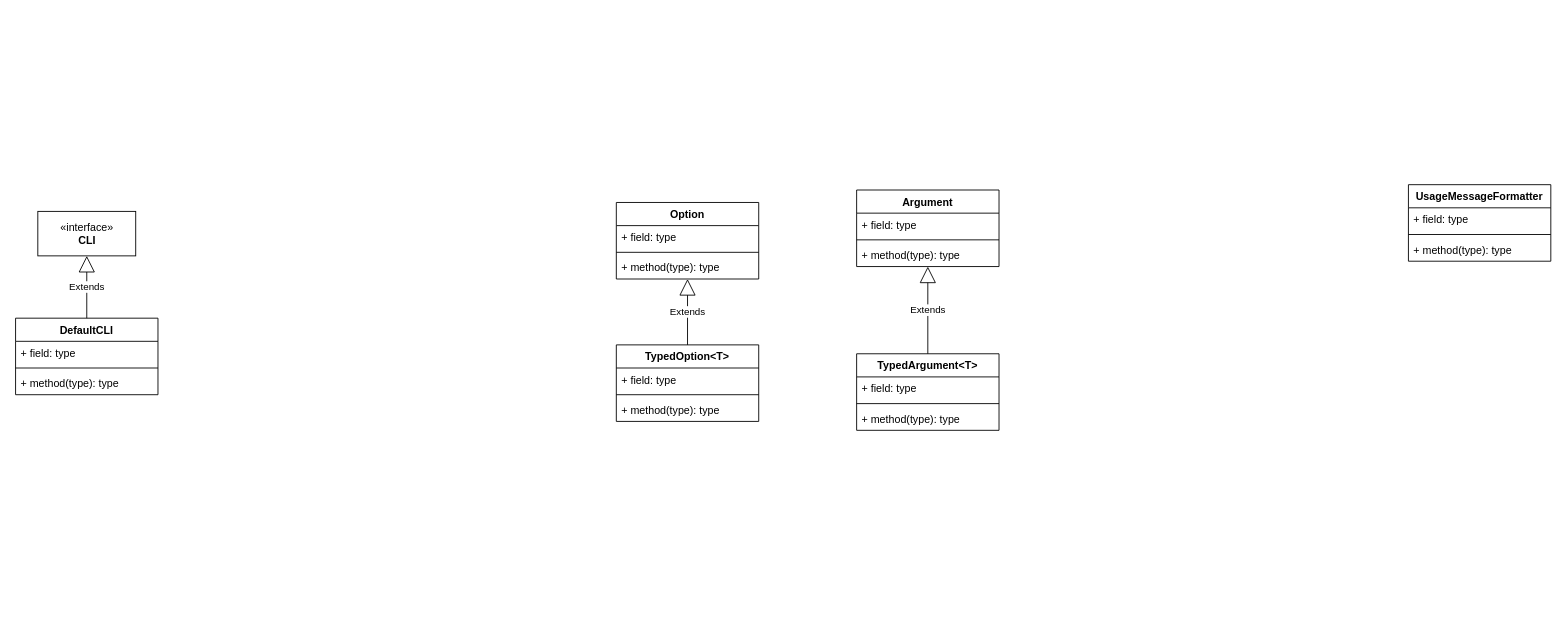
The draw.io diagram cli.drawio in tadsimons/draw, before the edit. Source tidied: cells renumbered, new cells numbered last; positions are measured from the earlier drawing's top-left corner, leaving out a move shared by most shapes. Both pictures are drawn from the tidied source at 89%, with x=0, y=0 at pixel (15, 184).
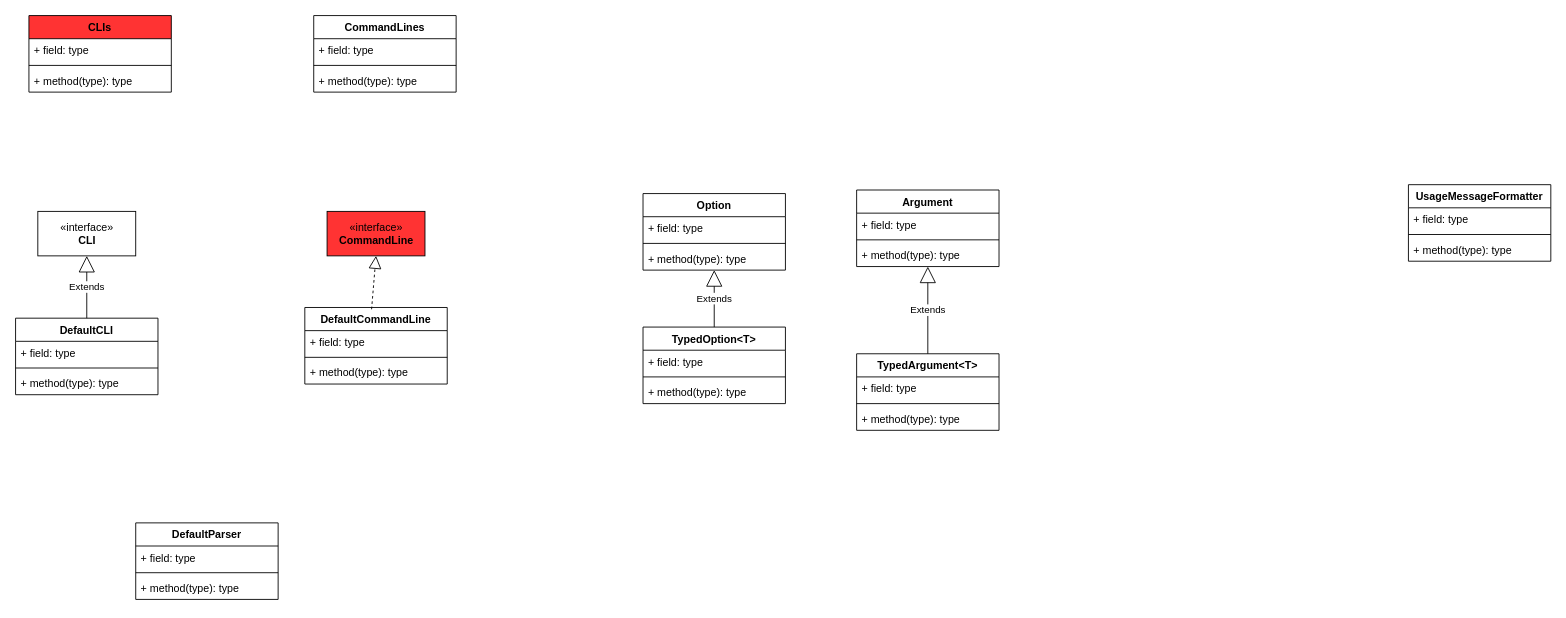
After the change.

What changed in the source:
```diff
@@
     <mxCell id="8" value="Option" style="swimlane;fontStyle=1;align=center;verticalAlign=top;horizontal=1;startSize=26;" parent="1" vertex="1">
-      <mxGeometry x="675" y="20" width="160" height="86" as="geometry" />
+      <mxGeometry x="705" y="10" width="160" height="86" as="geometry" />
     </mxCell>
@@
     <mxCell id="12" value="TypedOption&lt;T&gt;" style="swimlane;fontStyle=1;align=center;verticalAlign=top;horizontal=1;startSize=26;" parent="1" vertex="1">
-      <mxGeometry x="675" y="180" width="160" height="86" as="geometry" />
+      <mxGeometry x="705" y="160" width="160" height="86" as="geometry" />
     </mxCell>
@@
+    <mxCell id="30" value="CLIs" style="swimlane;fontStyle=1;align=center;verticalAlign=top;horizontal=1;startSize=26;fillColor=#FF3333;" parent="1" vertex="1">
+      <mxGeometry x="15" y="-190" width="160" height="86" as="geometry" />
+    </mxCell>
+    <mxCell id="31" value="+ field: type" style="text;strokeColor=none;fillColor=none;align=left;verticalAlign=top;spacingLeft=4;spacingRight=4;overflow=hidden;" parent="30" vertex="1">
+      <mxGeometry y="26" width="160" height="26" as="geometry" />
+    </mxCell>
+    <mxCell id="32" style="line;strokeWidth=1;fillColor=none;align=left;verticalAlign=middle;spacingTop=-1;spacingLeft=3;spacingRight=3;labelPosition=right;" parent="30" vertex="1">
+      <mxGeometry y="52" width="160" height="8" as="geometry" />
+    </mxCell>
+    <mxCell id="33" value="+ method(type): type" style="text;strokeColor=none;fillColor=none;align=left;verticalAlign=top;spacingLeft=4;spacingRight=4;overflow=hidden;" parent="30" vertex="1">
+      <mxGeometry y="60" width="160" height="26" as="geometry" />
+    </mxCell>
+    <mxCell id="34" value="«interface»&lt;br&gt;&lt;b&gt;CommandLine&lt;/b&gt;" style="html=1;fillColor=#FF3333;" parent="1" vertex="1">
+      <mxGeometry x="350" y="30" width="110" height="50" as="geometry" />
+    </mxCell>
+    <mxCell id="35" value="DefaultCommandLine" style="swimlane;fontStyle=1;align=center;verticalAlign=top;horizontal=1;startSize=26;fillColor=#FFFFFF;" parent="1" vertex="1">
+      <mxGeometry x="325" y="138" width="160" height="86" as="geometry" />
+    </mxCell>
+    <mxCell id="36" style="endArrow=block;dashed=1;endFill=0;endSize=12;html=1;entryX=0.5;entryY=1;entryDx=0;entryDy=0;" parent="35" edge="1" target="34">
+      <mxGeometry relative="1" as="geometry">
+        <mxPoint x="75" y="2" as="sourcePoint" />
+      </mxGeometry>
+    </mxCell>
+    <mxCell id="37" value="+ field: type" style="text;strokeColor=none;fillColor=none;align=left;verticalAlign=top;spacingLeft=4;spacingRight=4;overflow=hidden;" parent="35" vertex="1">
+      <mxGeometry y="26" width="160" height="26" as="geometry" />
+    </mxCell>
+    <mxCell id="38" style="line;strokeWidth=1;fillColor=none;align=left;verticalAlign=middle;spacingTop=-1;spacingLeft=3;spacingRight=3;labelPosition=right;" parent="35" vertex="1">
+      <mxGeometry y="52" width="160" height="8" as="geometry" />
+    </mxCell>
+    <mxCell id="39" value="+ method(type): type" style="text;strokeColor=none;fillColor=none;align=left;verticalAlign=top;spacingLeft=4;spacingRight=4;overflow=hidden;" parent="35" vertex="1">
+      <mxGeometry y="60" width="160" height="26" as="geometry" />
+    </mxCell>
+    <mxCell id="40" value="DefaultParser" style="swimlane;fontStyle=1;align=center;verticalAlign=top;horizontal=1;startSize=26;fillColor=#FFFFFF;" parent="1" vertex="1">
+      <mxGeometry x="135" y="380" width="160" height="86" as="geometry" />
+    </mxCell>
+    <mxCell id="41" value="+ field: type" style="text;strokeColor=none;fillColor=none;align=left;verticalAlign=top;spacingLeft=4;spacingRight=4;overflow=hidden;" parent="40" vertex="1">
+      <mxGeometry y="26" width="160" height="26" as="geometry" />
+    </mxCell>
+    <mxCell id="42" style="line;strokeWidth=1;fillColor=none;align=left;verticalAlign=middle;spacingTop=-1;spacingLeft=3;spacingRight=3;labelPosition=right;" parent="40" vertex="1">
+      <mxGeometry y="52" width="160" height="8" as="geometry" />
+    </mxCell>
+    <mxCell id="43" value="+ method(type): type" style="text;strokeColor=none;fillColor=none;align=left;verticalAlign=top;spacingLeft=4;spacingRight=4;overflow=hidden;" parent="40" vertex="1">
+      <mxGeometry y="60" width="160" height="26" as="geometry" />
+    </mxCell>
+    <mxCell id="44" value="CommandLines" style="swimlane;fontStyle=1;align=center;verticalAlign=top;horizontal=1;startSize=26;fillColor=#FFFFFF;" parent="1" vertex="1">
+      <mxGeometry x="335" y="-190" width="160" height="86" as="geometry" />
+    </mxCell>
+    <mxCell id="45" value="+ field: type" style="text;strokeColor=none;fillColor=none;align=left;verticalAlign=top;spacingLeft=4;spacingRight=4;overflow=hidden;" parent="44" vertex="1">
+      <mxGeometry y="26" width="160" height="26" as="geometry" />
+    </mxCell>
+    <mxCell id="46" style="line;strokeWidth=1;fillColor=none;align=left;verticalAlign=middle;spacingTop=-1;spacingLeft=3;spacingRight=3;labelPosition=right;" parent="44" vertex="1">
+      <mxGeometry y="52" width="160" height="8" as="geometry" />
+    </mxCell>
+    <mxCell id="47" value="+ method(type): type" style="text;strokeColor=none;fillColor=none;align=left;verticalAlign=top;spacingLeft=4;spacingRight=4;overflow=hidden;" parent="44" vertex="1">
+      <mxGeometry y="60" width="160" height="26" as="geometry" />
+    </mxCell>
```
